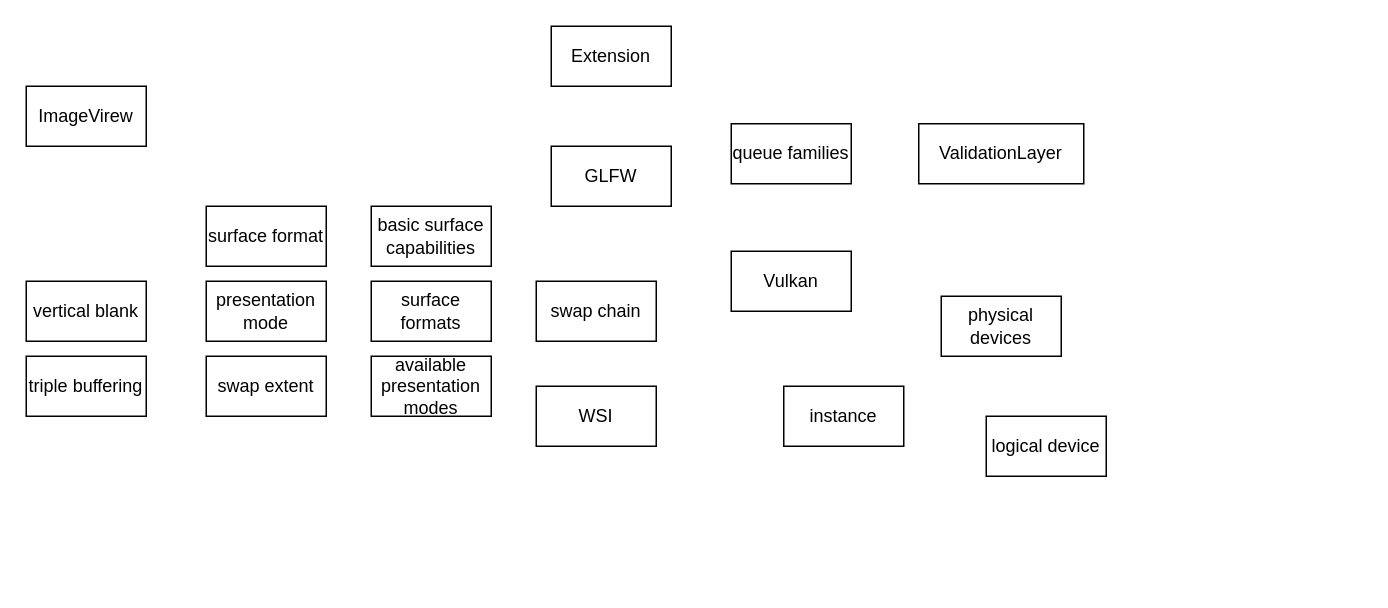
Above: LearnVulkan.drawio in binbin2333/learnvulkan (draw.io), before the change. Source tidied: cells renumbered, new cells numbered last; positions are measured from the earlier drawing's top-left corner, leaving out a move shared by most shapes. Both pictures are drawn from the tidied source at 150%, with x=0, y=0 at pixel (26, 26).
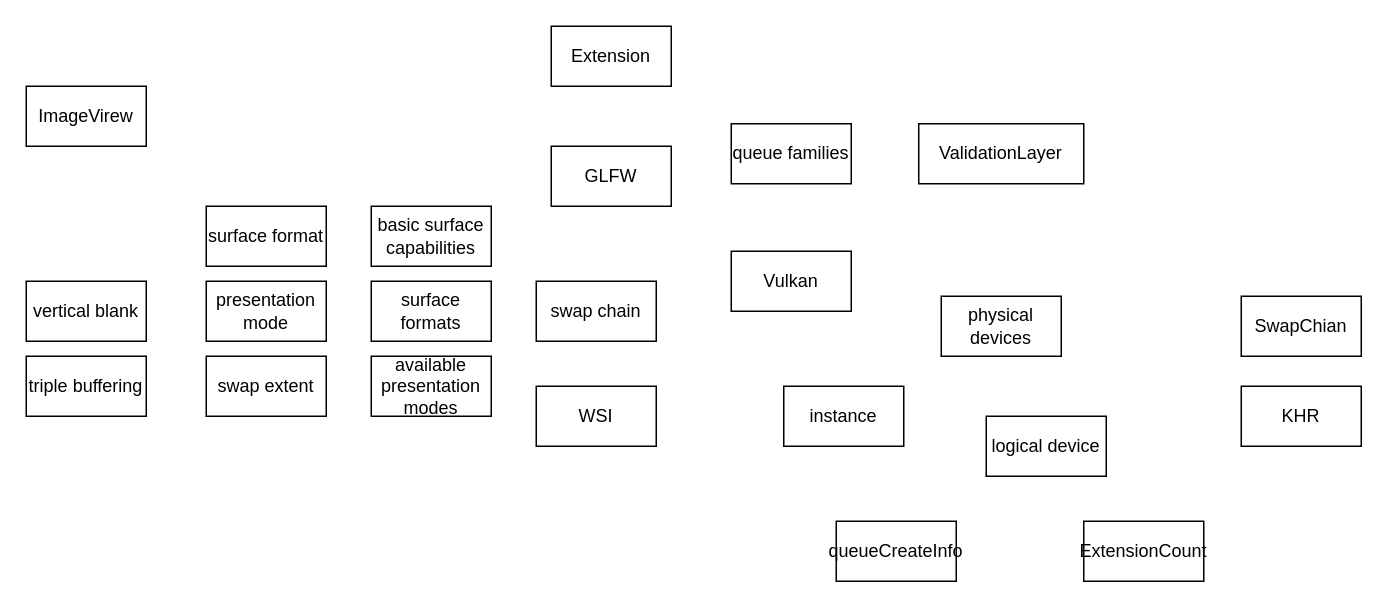
The same page after the edit.

What changed in the source:
```diff
@@
+    <mxCell id="21" value="queueCreateInfo" style="rounded=0;whiteSpace=wrap;html=1;" parent="1" vertex="1">
+      <mxGeometry x="540" y="330" width="80" height="40" as="geometry" />
+    </mxCell>
+    <mxCell id="22" value="ExtensionCount" style="rounded=0;whiteSpace=wrap;html=1;" parent="1" vertex="1">
+      <mxGeometry x="705" y="330" width="80" height="40" as="geometry" />
+    </mxCell>
+    <mxCell id="23" value="SwapChian" style="rounded=0;whiteSpace=wrap;html=1;" parent="1" vertex="1">
+      <mxGeometry x="810" y="180" width="80" height="40" as="geometry" />
+    </mxCell>
+    <mxCell id="24" value="KHR" style="rounded=0;whiteSpace=wrap;html=1;" parent="1" vertex="1">
+      <mxGeometry x="810" y="240" width="80" height="40" as="geometry" />
+    </mxCell>
```
